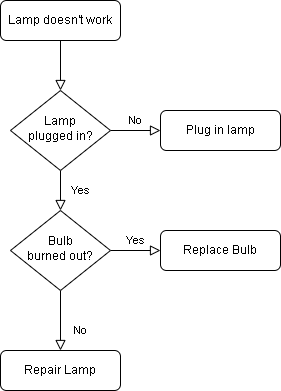
This is Activity-diagrams/activity-diagram-messaging.drawio.png from LeandroBakollari/learning-platform, a draw.io export, as it was before one commit. Source tidied: cells renumbered, new cells last; positions are measured from the earlier drawing's top-left corner, leaving out a move shared by most shapes.
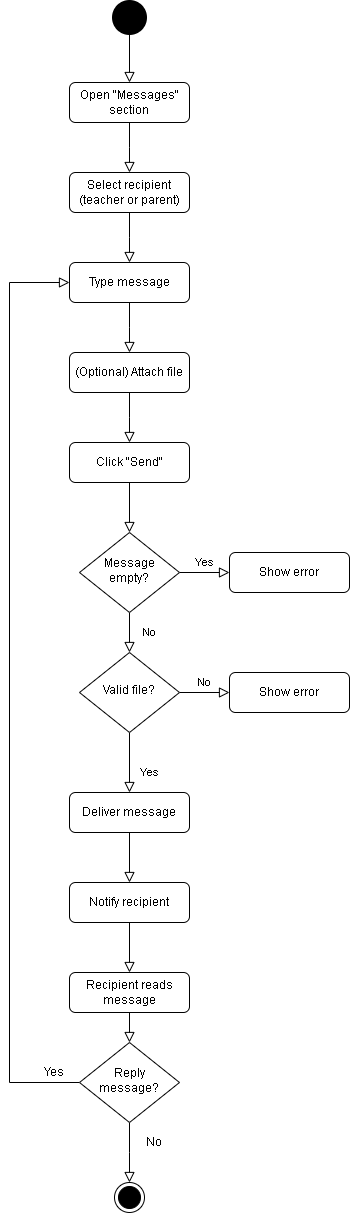
The same file after the commit.

Change to the diagram source:
```diff
@@ -5,35 +5,113 @@
     <mxCell id="2" style="rounded=0;html=1;jettySize=auto;fontSize=11;endArrow=block;endFill=0;endSize=8;strokeWidth=1;shadow=0;labelBackgroundColor=none;edgeStyle=orthogonalEdgeStyle;" parent="1" edge="1" source="3" target="6">
       <mxGeometry relative="1" as="geometry" />
     </mxCell>
-    <mxCell id="3" value="Lamp doesn't work" style="rounded=1;whiteSpace=wrap;html=1;fontSize=12;glass=0;strokeWidth=1;shadow=0;" parent="1" vertex="1">
+    <mxCell id="3" value="Click &quot;Send&quot;" style="rounded=1;whiteSpace=wrap;html=1;fontSize=12;glass=0;strokeWidth=1;shadow=0;" parent="1" vertex="1">
       <mxGeometry width="120" height="40" as="geometry" />
     </mxCell>
-    <mxCell id="4" value="Yes" style="rounded=0;html=1;jettySize=auto;fontSize=11;endArrow=block;endFill=0;endSize=8;strokeWidth=1;shadow=0;labelBackgroundColor=none;edgeStyle=orthogonalEdgeStyle;" parent="1" edge="1" source="6" target="10">
+    <mxCell id="4" value="No" style="rounded=0;html=1;jettySize=auto;fontSize=11;endArrow=block;endFill=0;endSize=8;strokeWidth=1;shadow=0;labelBackgroundColor=none;edgeStyle=orthogonalEdgeStyle;" parent="1" edge="1" source="6" target="10">
       <mxGeometry y="20" relative="1" as="geometry" />
     </mxCell>
-    <mxCell id="5" value="No" style="edgeStyle=orthogonalEdgeStyle;rounded=0;html=1;jettySize=auto;fontSize=11;endArrow=block;endFill=0;endSize=8;strokeWidth=1;shadow=0;labelBackgroundColor=none;" parent="1" edge="1" source="6" target="7">
+    <mxCell id="5" value="Yes" style="edgeStyle=orthogonalEdgeStyle;rounded=0;html=1;jettySize=auto;fontSize=11;endArrow=block;endFill=0;endSize=8;strokeWidth=1;shadow=0;labelBackgroundColor=none;" parent="1" edge="1" source="6" target="7">
       <mxGeometry y="10" relative="1" as="geometry" />
     </mxCell>
-    <mxCell id="6" value="Lamp&lt;br&gt;plugged in?" style="rhombus;whiteSpace=wrap;html=1;shadow=0;fontFamily=Helvetica;fontSize=12;align=center;strokeWidth=1;spacing=6;spacingTop=-4;" parent="1" vertex="1">
+    <mxCell id="6" value="Message empty?" style="rhombus;whiteSpace=wrap;html=1;shadow=0;fontFamily=Helvetica;fontSize=12;align=center;strokeWidth=1;spacing=6;spacingTop=-4;" parent="1" vertex="1">
       <mxGeometry x="10" y="90" width="100" height="80" as="geometry" />
     </mxCell>
-    <mxCell id="7" value="Plug in lamp" style="rounded=1;whiteSpace=wrap;html=1;fontSize=12;glass=0;strokeWidth=1;shadow=0;" parent="1" vertex="1">
+    <mxCell id="7" value="Show error" style="rounded=1;whiteSpace=wrap;html=1;fontSize=12;glass=0;strokeWidth=1;shadow=0;" parent="1" vertex="1">
       <mxGeometry x="160" y="110" width="120" height="40" as="geometry" />
     </mxCell>
-    <mxCell id="8" value="No" style="rounded=0;html=1;jettySize=auto;fontSize=11;endArrow=block;endFill=0;endSize=8;strokeWidth=1;shadow=0;labelBackgroundColor=none;edgeStyle=orthogonalEdgeStyle;" parent="1" edge="1" source="10" target="11">
+    <mxCell id="8" value="Yes" style="rounded=0;html=1;jettySize=auto;fontSize=11;endArrow=block;endFill=0;endSize=8;strokeWidth=1;shadow=0;labelBackgroundColor=none;edgeStyle=orthogonalEdgeStyle;" parent="1" edge="1" source="10" target="11">
       <mxGeometry x="0.33" y="20" relative="1" as="geometry" />
     </mxCell>
-    <mxCell id="9" value="Yes" style="edgeStyle=orthogonalEdgeStyle;rounded=0;html=1;jettySize=auto;fontSize=11;endArrow=block;endFill=0;endSize=8;strokeWidth=1;shadow=0;labelBackgroundColor=none;" parent="1" edge="1" source="10" target="12">
+    <mxCell id="9" value="No" style="edgeStyle=orthogonalEdgeStyle;rounded=0;html=1;jettySize=auto;fontSize=11;endArrow=block;endFill=0;endSize=8;strokeWidth=1;shadow=0;labelBackgroundColor=none;" parent="1" edge="1" source="10" target="12">
       <mxGeometry y="10" relative="1" as="geometry" />
     </mxCell>
-    <mxCell id="10" value="Bulb&lt;br&gt;burned out?" style="rhombus;whiteSpace=wrap;html=1;shadow=0;fontFamily=Helvetica;fontSize=12;align=center;strokeWidth=1;spacing=6;spacingTop=-4;" parent="1" vertex="1">
+    <mxCell id="10" value="Valid file?" style="rhombus;whiteSpace=wrap;html=1;shadow=0;fontFamily=Helvetica;fontSize=12;align=center;strokeWidth=1;spacing=6;spacingTop=-4;" parent="1" vertex="1">
       <mxGeometry x="10" y="210" width="100" height="80" as="geometry" />
     </mxCell>
-    <mxCell id="11" value="Repair Lamp" style="rounded=1;whiteSpace=wrap;html=1;fontSize=12;glass=0;strokeWidth=1;shadow=0;" parent="1" vertex="1">
+    <mxCell id="11" value="Deliver message" style="rounded=1;whiteSpace=wrap;html=1;fontSize=12;glass=0;strokeWidth=1;shadow=0;" parent="1" vertex="1">
       <mxGeometry y="350" width="120" height="40" as="geometry" />
     </mxCell>
-    <mxCell id="12" value="Replace Bulb" style="rounded=1;whiteSpace=wrap;html=1;fontSize=12;glass=0;strokeWidth=1;shadow=0;" parent="1" vertex="1">
+    <mxCell id="12" value="Show error" style="rounded=1;whiteSpace=wrap;html=1;fontSize=12;glass=0;strokeWidth=1;shadow=0;" parent="1" vertex="1">
       <mxGeometry x="160" y="230" width="120" height="40" as="geometry" />
     </mxCell>
+    <mxCell id="13" style="rounded=0;html=1;jettySize=auto;fontSize=11;endArrow=block;endFill=0;endSize=8;strokeWidth=1;shadow=0;labelBackgroundColor=none;edgeStyle=orthogonalEdgeStyle;" parent="1" edge="1" source="14">
+      <mxGeometry relative="1" as="geometry">
+        <mxPoint x="60" as="targetPoint" />
+      </mxGeometry>
+    </mxCell>
+    <mxCell id="14" value="(Optional) Attach file" style="rounded=1;whiteSpace=wrap;html=1;fontSize=12;glass=0;strokeWidth=1;shadow=0;" parent="1" vertex="1">
+      <mxGeometry y="-90" width="120" height="40" as="geometry" />
+    </mxCell>
+    <mxCell id="15" style="rounded=0;html=1;jettySize=auto;fontSize=11;endArrow=block;endFill=0;endSize=8;strokeWidth=1;shadow=0;labelBackgroundColor=none;edgeStyle=orthogonalEdgeStyle;" parent="1" edge="1" source="16">
+      <mxGeometry relative="1" as="geometry">
+        <mxPoint x="60" y="-90" as="targetPoint" />
+      </mxGeometry>
+    </mxCell>
+    <mxCell id="16" value="Type message" style="rounded=1;whiteSpace=wrap;html=1;fontSize=12;glass=0;strokeWidth=1;shadow=0;" parent="1" vertex="1">
+      <mxGeometry y="-180" width="120" height="40" as="geometry" />
+    </mxCell>
+    <mxCell id="17" style="rounded=0;html=1;jettySize=auto;fontSize=11;endArrow=block;endFill=0;endSize=8;strokeWidth=1;shadow=0;labelBackgroundColor=none;edgeStyle=orthogonalEdgeStyle;" parent="1" edge="1" source="18">
+      <mxGeometry relative="1" as="geometry">
+        <mxPoint x="60" y="-180" as="targetPoint" />
+      </mxGeometry>
+    </mxCell>
+    <mxCell id="18" value="Select recipient (teacher or parent)" style="rounded=1;whiteSpace=wrap;html=1;fontSize=12;glass=0;strokeWidth=1;shadow=0;" parent="1" vertex="1">
+      <mxGeometry y="-270" width="120" height="40" as="geometry" />
+    </mxCell>
+    <mxCell id="19" style="rounded=0;html=1;jettySize=auto;fontSize=11;endArrow=block;endFill=0;endSize=8;strokeWidth=1;shadow=0;labelBackgroundColor=none;edgeStyle=orthogonalEdgeStyle;" parent="1" edge="1" source="20">
+      <mxGeometry relative="1" as="geometry">
+        <mxPoint x="60" y="-270" as="targetPoint" />
+      </mxGeometry>
+    </mxCell>
+    <mxCell id="20" value="Open &quot;Messages&quot; section" style="rounded=1;whiteSpace=wrap;html=1;fontSize=12;glass=0;strokeWidth=1;shadow=0;" parent="1" vertex="1">
+      <mxGeometry y="-360" width="120" height="40" as="geometry" />
+    </mxCell>
+    <mxCell id="21" style="rounded=0;html=1;jettySize=auto;fontSize=11;endArrow=block;endFill=0;endSize=8;strokeWidth=1;shadow=0;labelBackgroundColor=none;edgeStyle=orthogonalEdgeStyle;entryX=0.5;entryY=0;entryDx=0;entryDy=0;" parent="1" edge="1" source="11" target="22">
+      <mxGeometry relative="1" as="geometry" />
+    </mxCell>
+    <mxCell id="22" value="Notify recipient" style="rounded=1;whiteSpace=wrap;html=1;fontSize=12;glass=0;strokeWidth=1;shadow=0;" parent="1" vertex="1">
+      <mxGeometry y="440" width="120" height="40" as="geometry" />
+    </mxCell>
+    <mxCell id="23" style="rounded=0;html=1;jettySize=auto;fontSize=11;endArrow=block;endFill=0;endSize=8;strokeWidth=1;shadow=0;labelBackgroundColor=none;edgeStyle=orthogonalEdgeStyle;" parent="1" edge="1" source="22" target="24">
+      <mxGeometry relative="1" as="geometry" />
+    </mxCell>
+    <mxCell id="24" value="Recipient reads message" style="rounded=1;whiteSpace=wrap;html=1;fontSize=12;glass=0;strokeWidth=1;shadow=0;" parent="1" vertex="1">
+      <mxGeometry y="530" width="120" height="40" as="geometry" />
+    </mxCell>
+    <mxCell id="25" style="rounded=0;html=1;jettySize=auto;fontSize=11;endArrow=block;endFill=0;endSize=8;strokeWidth=1;shadow=0;labelBackgroundColor=none;edgeStyle=orthogonalEdgeStyle;" parent="1" edge="1" source="27">
+      <mxGeometry y="20" relative="1" as="geometry">
+        <mxPoint x="60" y="740" as="targetPoint" />
+      </mxGeometry>
+    </mxCell>
+    <mxCell id="26" style="edgeStyle=orthogonalEdgeStyle;rounded=0;html=1;jettySize=auto;fontSize=11;endArrow=block;endFill=0;endSize=8;strokeWidth=1;shadow=0;labelBackgroundColor=none;entryX=0;entryY=0.5;entryDx=0;entryDy=0;" parent="1" edge="1" source="27" target="16">
+      <mxGeometry y="10" relative="1" as="geometry">
+        <Array as="points">
+          <mxPoint x="-60" y="640" />
+          <mxPoint x="-60" y="-160" />
+        </Array>
+      </mxGeometry>
+    </mxCell>
+    <mxCell id="27" value="Reply message?" style="rhombus;whiteSpace=wrap;html=1;shadow=0;fontFamily=Helvetica;fontSize=12;align=center;strokeWidth=1;spacing=6;spacingTop=-4;" parent="1" vertex="1">
+      <mxGeometry x="10" y="600" width="100" height="80" as="geometry" />
+    </mxCell>
+    <mxCell id="28" style="rounded=0;html=1;jettySize=auto;fontSize=11;endArrow=block;endFill=0;endSize=8;strokeWidth=1;shadow=0;labelBackgroundColor=none;edgeStyle=orthogonalEdgeStyle;entryX=0.5;entryY=0;entryDx=0;entryDy=0;" parent="1" edge="1" source="24" target="27">
+      <mxGeometry relative="1" as="geometry" />
+    </mxCell>
+    <mxCell id="29" value="No" style="text;html=1;align=center;verticalAlign=middle;whiteSpace=wrap;rounded=0;" parent="1" vertex="1">
+      <mxGeometry x="60" y="690" width="50" height="20" as="geometry" />
+    </mxCell>
+    <mxCell id="30" value="Yes" style="text;html=1;align=center;verticalAlign=middle;whiteSpace=wrap;rounded=0;" parent="1" vertex="1">
+      <mxGeometry x="-40" y="620" width="50" height="20" as="geometry" />
+    </mxCell>
+    <mxCell id="31" style="ellipse;html=1;shape=endState;fillColor=#000000;strokeColor=#000000;" parent="1" vertex="1">
+      <mxGeometry x="45" y="740" width="30" height="30" as="geometry" />
+    </mxCell>
+    <mxCell id="32" style="ellipse;html=1;shape=endState;fillColor=#000000;strokeColor=#000000;strokeWidth=5;" parent="1" vertex="1">
+      <mxGeometry x="45" y="-440" width="30" height="30" as="geometry" />
+    </mxCell>
+    <mxCell id="33" style="rounded=0;html=1;jettySize=auto;fontSize=11;endArrow=block;endFill=0;endSize=8;strokeWidth=1;shadow=0;labelBackgroundColor=none;edgeStyle=orthogonalEdgeStyle;exitX=0.5;exitY=0.8;exitDx=0;exitDy=0;exitPerimeter=0;" parent="1" edge="1" source="32" target="20">
+      <mxGeometry relative="1" as="geometry" />
+    </mxCell>
   </root>
 </mxGraphModel>
```
